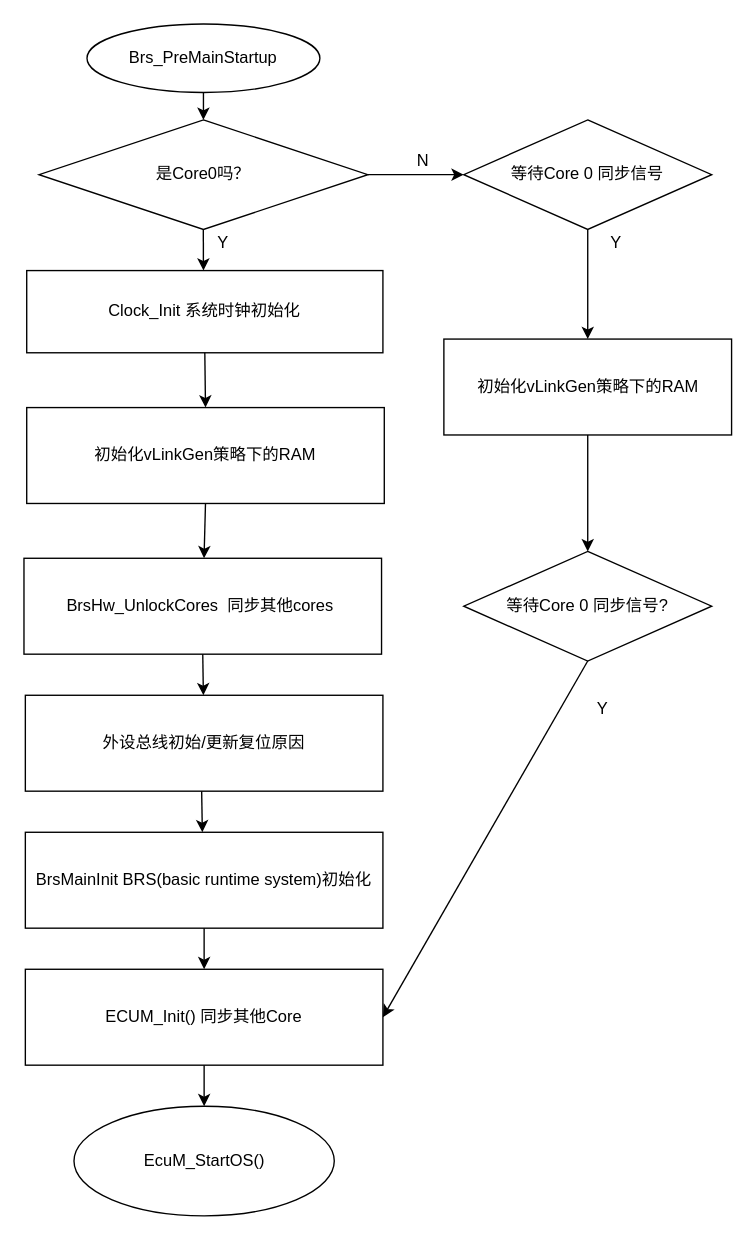
This is page "APP" (2 of 4) of Untitled Diagram.drawio from muxi01/process_scheme, a draw.io file, before an edit. Source tidied: cells renumbered, new cells numbered last; positions are measured from the earlier drawing's top-left corner, leaving out a move shared by most shapes. Both pictures are drawn from the tidied source at 137%, with x=0, y=0 at pixel (23, 23).
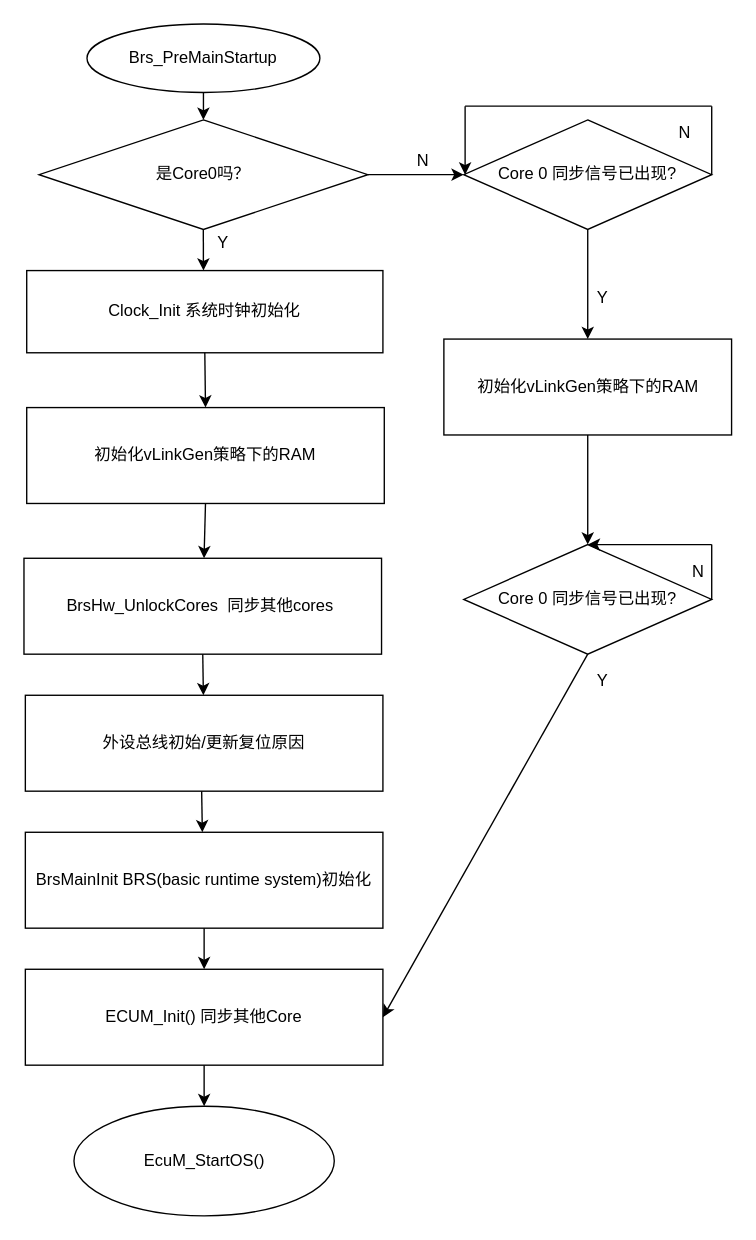
The same page after the edit.

Diff of the diagram source:
```diff
@@
-    <mxCell id="10" value="等待Core 0 同步信号" style="rhombus;whiteSpace=wrap;html=1;" parent="1" vertex="1">
+    <mxCell id="10" value="Core 0 同步信号已出现?" style="rhombus;whiteSpace=wrap;html=1;" parent="1" vertex="1">
       <mxGeometry x="321" y="70" width="181" height="80" as="geometry" />
     </mxCell>
     <mxCell id="11" value="Y" style="text;html=1;align=center;verticalAlign=middle;fillColor=none;strokeColor=none;rounded=0;" parent="1" vertex="1">
-      <mxGeometry x="422" y="150" width="20" height="20" as="geometry" />
+      <mxGeometry x="412" y="190" width="20" height="20" as="geometry" />
     </mxCell>
@@
-    <mxCell id="24" value="等待Core 0 同步信号?" style="rhombus;whiteSpace=wrap;html=1;" parent="1" vertex="1">
-      <mxGeometry x="321" y="385" width="181" height="80" as="geometry" />
+    <mxCell id="24" value="Core 0 同步信号已出现?" style="rhombus;whiteSpace=wrap;html=1;" parent="1" vertex="1">
+      <mxGeometry x="321" y="380" width="181" height="80" as="geometry" />
     </mxCell>
@@
     <mxCell id="29" value="Y" style="text;html=1;align=center;verticalAlign=middle;fillColor=none;strokeColor=none;rounded=0;" parent="1" vertex="1">
-      <mxGeometry x="412" y="490" width="20" height="20" as="geometry" />
+      <mxGeometry x="412" y="470" width="20" height="20" as="geometry" />
     </mxCell>
+    <mxCell id="30" style="endArrow=none;html=1;rounded=0;exitX=1;exitY=0.5;exitDx=0;exitDy=0;" parent="1" edge="1" source="10">
+      <mxGeometry relative="1" as="geometry">
+        <mxPoint x="502" y="60" as="targetPoint" />
+      </mxGeometry>
+    </mxCell>
+    <mxCell id="31" style="endArrow=classic;html=1;rounded=0;" parent="1" edge="1">
+      <mxGeometry relative="1" as="geometry">
+        <mxPoint x="322" y="60" as="sourcePoint" />
+        <mxPoint x="322" y="110" as="targetPoint" />
+      </mxGeometry>
+    </mxCell>
+    <mxCell id="32" style="endArrow=none;html=1;rounded=0;" parent="1" edge="1">
+      <mxGeometry relative="1" as="geometry">
+        <mxPoint x="322" y="60" as="sourcePoint" />
+        <mxPoint x="502" y="60" as="targetPoint" />
+      </mxGeometry>
+    </mxCell>
+    <mxCell id="33" value="N" style="text;html=1;align=center;verticalAlign=middle;fillColor=none;strokeColor=none;rounded=0;" parent="1" vertex="1">
+      <mxGeometry x="472" y="70" width="20" height="20" as="geometry" />
+    </mxCell>
+    <mxCell id="34" style="endArrow=classic;html=1;rounded=0;entryX=0.5;entryY=0;entryDx=0;entryDy=0;" parent="1" edge="1" target="24">
+      <mxGeometry relative="1" as="geometry">
+        <mxPoint x="502" y="380" as="sourcePoint" />
+        <Array as="points">
+          <mxPoint x="502" y="380" />
+        </Array>
+      </mxGeometry>
+    </mxCell>
+    <mxCell id="35" style="endArrow=none;html=1;rounded=0;" parent="1" edge="1">
+      <mxGeometry relative="1" as="geometry">
+        <mxPoint x="502" y="420" as="sourcePoint" />
+        <mxPoint x="502" y="380" as="targetPoint" />
+      </mxGeometry>
+    </mxCell>
+    <mxCell id="36" value="N" style="text;html=1;align=center;verticalAlign=middle;fillColor=none;strokeColor=none;rounded=0;" parent="1" vertex="1">
+      <mxGeometry x="482" y="390" width="20" height="20" as="geometry" />
+    </mxCell>
```
